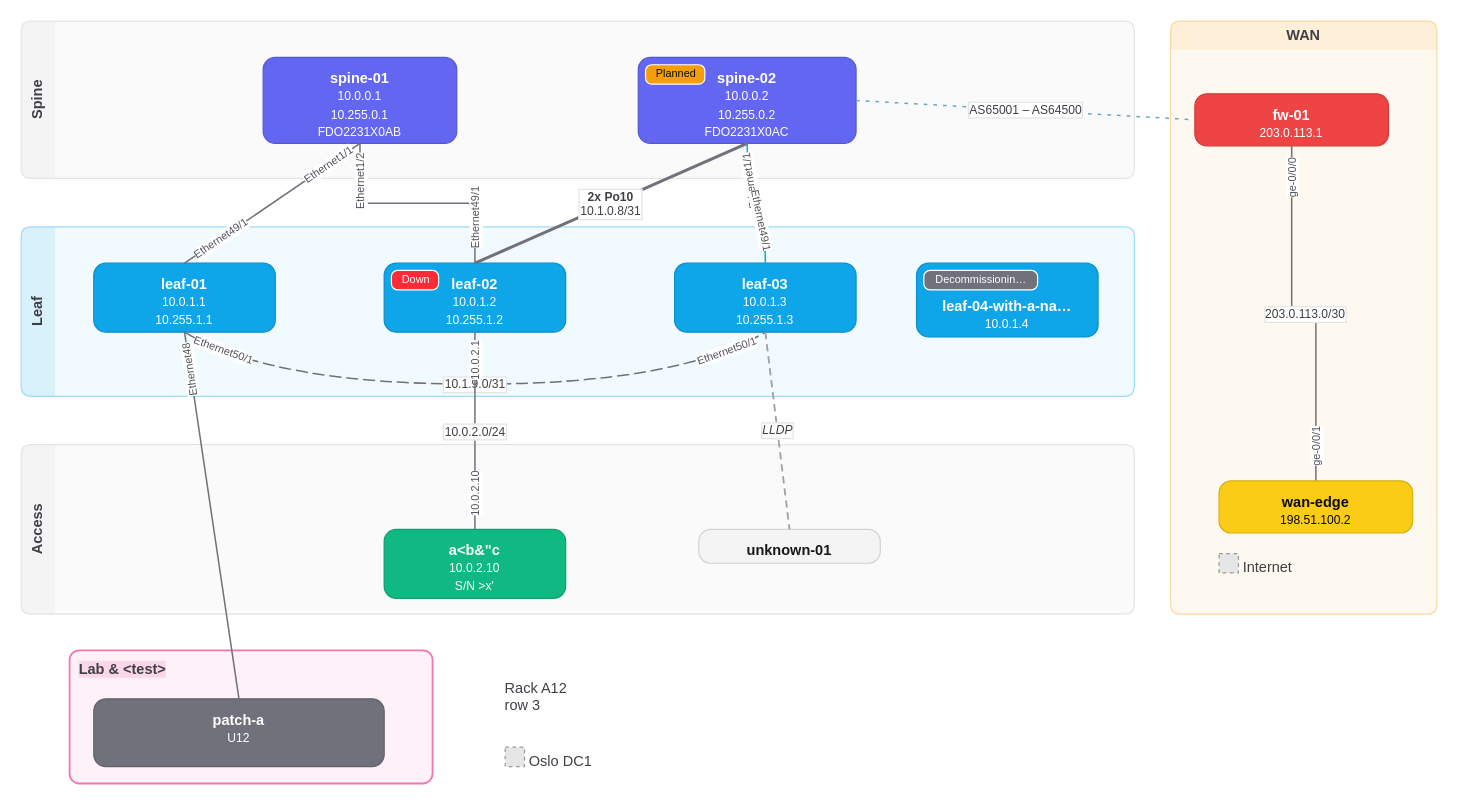
danbyte-net/danbyte keeps this draw.io diagram as frontend/src/lib/diagram/__golden__/fabric.drawio. Above is the earlier version. Source tidied: cells renumbered, new cells numbered last; positions are measured from the earlier drawing's top-left corner, leaving out a move shared by most shapes. Both pictures are drawn from the tidied source at 121%, with x=0, y=0 at pixel (21, 21). Pictures stored in the file or linked from it are replaced by grey dashed boxes.
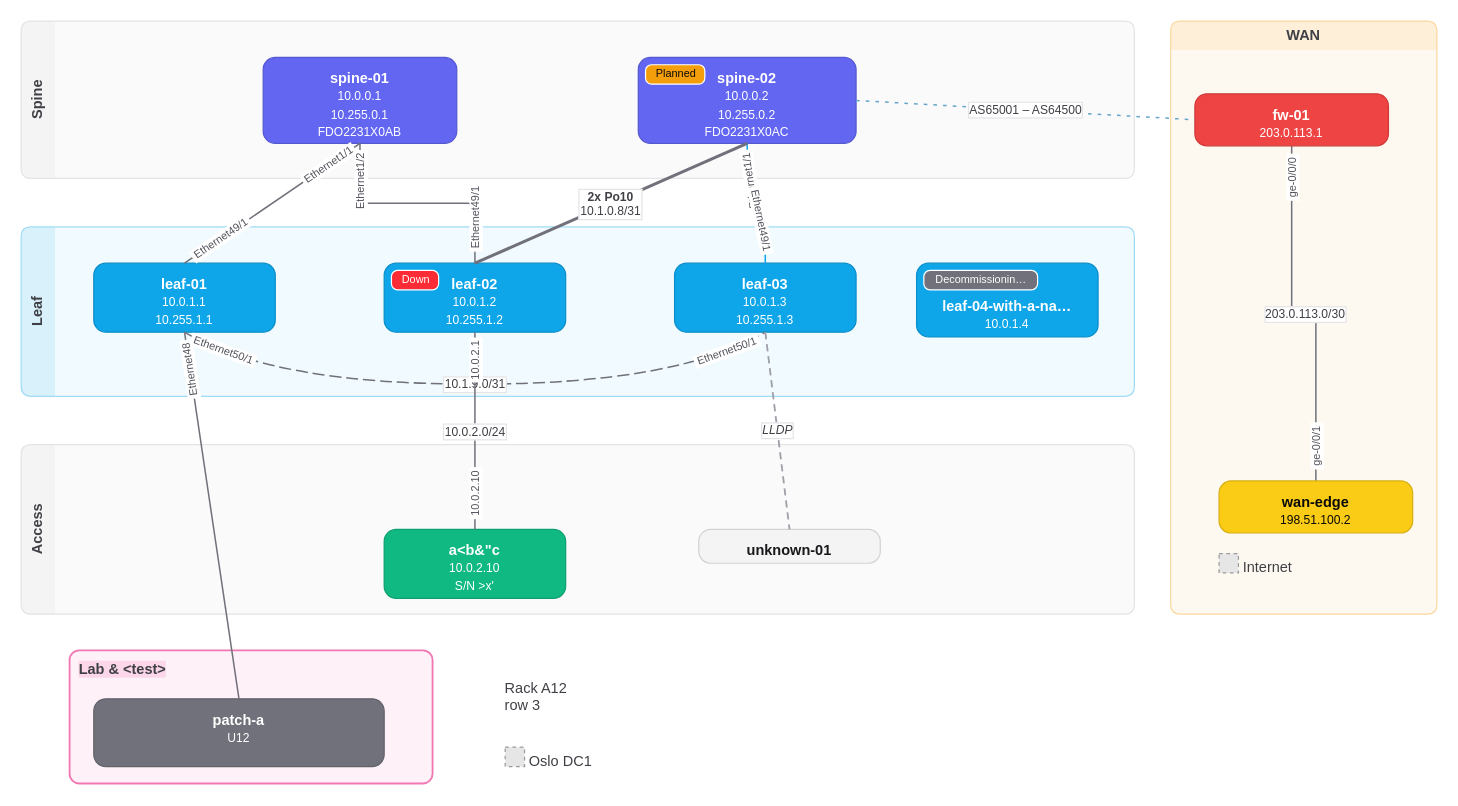
The same page after the edit.

The change refers to these unchanged cells:
```xml
<mxCell id="19" style="edgeStyle=none;rounded=0;html=1;endArrow=none;startArrow=none;strokeColor=#71717b;strokeWidth=1.25;exitX=0.5;exitY=1;exitPerimeter=0;entryX=0.5;entryY=0;entryPerimeter=0;fontFamily=Helvetica;fontSize=10;fontColor=#3f3f46;labelBackgroundColor=#ffffff;labelBorderColor=#e4e4e7;" parent="1" edge="1" source="4" target="8">
  <mxGeometry relative="1" as="geometry" />
</mxCell>
<mxCell id="22" style="edgeStyle=orthogonalEdgeStyle;rounded=1;arcSize=12;html=1;endArrow=none;startArrow=none;strokeColor=#71717b;strokeWidth=1.25;exitX=0.5;exitY=1;exitPerimeter=0;entryX=0.5;entryY=0;entryPerimeter=0;fontFamily=Helvetica;fontSize=10;fontColor=#3f3f46;labelBackgroundColor=#ffffff;labelBorderColor=#e4e4e7;" parent="1" edge="1" source="4" target="9">
  <mxGeometry relative="1" as="geometry">
    <Array as="points">
      <mxPoint x="280" y="150.5" />
      <mxPoint x="375" y="150.5" />
    </Array>
  </mxGeometry>
</mxCell>
<mxCell id="25" style="edgeStyle=none;curved=1;rounded=0;html=1;endArrow=none;startArrow=none;strokeColor=#0ea5e9;strokeWidth=1.25;exitX=0.5;exitY=1;exitPerimeter=0;entryX=0.5;entryY=0;entryPerimeter=0;fontFamily=Helvetica;fontSize=10;fontColor=#3f3f46;labelBackgroundColor=#ffffff;labelBorderColor=#e4e4e7;" parent="1" edge="1" source="5" target="11">
  <mxGeometry relative="1" as="geometry">
    <Array as="points">
      <mxPoint x="600" y="141.1" />
      <mxPoint x="615" y="159.9" />
    </Array>
  </mxGeometry>
</mxCell>
<mxCell id="29" value="10.1.9.0/31" style="edgeStyle=none;curved=1;rounded=0;html=1;endArrow=none;startArrow=none;strokeColor=#71717b;strokeWidth=1.25;dashed=1;fixDash=1;dashPattern=10 4;exitX=0.5;exitY=1;exitPerimeter=0;entryX=0.5;entryY=1;entryPerimeter=0;fontFamily=Helvetica;fontSize=10;fontColor=#3f3f46;labelBackgroundColor=#ffffff;labelBorderColor=#e4e4e7;" parent="1" edge="1" source="8" target="11">
  <mxGeometry relative="1" as="geometry">
    <Array as="points">
      <mxPoint x="207" y="300" />
      <mxPoint x="543" y="300" />
    </Array>
  </mxGeometry>
</mxCell>
<mxCell id="32" value="10.0.2.0/24" style="edgeStyle=none;rounded=0;html=1;endArrow=none;startArrow=none;strokeColor=#71717b;strokeWidth=1.25;exitX=0.5;exitY=1;exitPerimeter=0;entryX=0.5;entryY=0;entryPerimeter=0;fontFamily=Helvetica;fontSize=10;fontColor=#3f3f46;labelBackgroundColor=#ffffff;labelBorderColor=#e4e4e7;" parent="1" edge="1" source="9" target="15">
  <mxGeometry relative="1" as="geometry" />
</mxCell>
<mxCell id="35" value="203.0.113.0/30" style="edgeStyle=orthogonalEdgeStyle;rounded=1;arcSize=12;html=1;endArrow=none;startArrow=none;strokeColor=#71717b;strokeWidth=1.25;exitX=0.5;exitY=1;exitPerimeter=0;entryX=0.5;entryY=0;entryPerimeter=0;fontFamily=Helvetica;fontSize=10;fontColor=#3f3f46;labelBackgroundColor=#ffffff;labelBorderColor=#e4e4e7;" parent="1" edge="1" source="40" target="41">
  <mxGeometry relative="1" as="geometry">
    <Array as="points">
      <mxPoint x="1050" y="241.5" />
      <mxPoint x="1070" y="241.5" />
    </Array>
  </mxGeometry>
</mxCell>
<mxCell id="38" style="edgeStyle=none;rounded=0;html=1;endArrow=none;startArrow=none;strokeColor=#71717b;strokeWidth=1.25;exitX=0.5;exitY=0;exitPerimeter=0;entryX=0.5;entryY=1;entryPerimeter=0;fontFamily=Helvetica;fontSize=10;fontColor=#3f3f46;labelBackgroundColor=#ffffff;labelBorderColor=#e4e4e7;" parent="1" edge="1" source="18" target="8">
  <mxGeometry relative="1" as="geometry" />
</mxCell>
```

Diff of the diagram source:
```diff
@@
-    <mxCell id="20" value="Ethernet1/1" style="edgeLabel;html=1;align=center;verticalAlign=middle;fontFamily=Helvetica;fontSize=9;fontColor=#52525c;labelBackgroundColor=#ffffff;rotation=325.68;" parent="19" vertex="1">
+    <mxCell id="20" value="&amp;nbsp;Ethernet1/1&amp;nbsp;" style="edgeLabel;html=1;align=center;verticalAlign=middle;fontFamily=Helvetica;fontSize=9;fontColor=#52525c;labelBackgroundColor=#ffffff;rotation=325.68;" parent="19" vertex="1">
       <mxGeometry x="-0.63" relative="1" as="geometry" />
     </mxCell>
-    <mxCell id="21" value="Ethernet49/1" style="edgeLabel;html=1;align=center;verticalAlign=middle;fontFamily=Helvetica;fontSize=9;fontColor=#52525c;labelBackgroundColor=#ffffff;rotation=325.68;" parent="19" vertex="1">
+    <mxCell id="21" value="&amp;nbsp;Ethernet49/1&amp;nbsp;" style="edgeLabel;html=1;align=center;verticalAlign=middle;fontFamily=Helvetica;fontSize=9;fontColor=#52525c;labelBackgroundColor=#ffffff;rotation=325.68;" parent="19" vertex="1">
       <mxGeometry x="0.59" relative="1" as="geometry" />
     </mxCell>
@@
-    <mxCell id="23" value="Ethernet1/2" style="edgeLabel;html=1;align=center;verticalAlign=middle;fontFamily=Helvetica;fontSize=9;fontColor=#52525c;labelBackgroundColor=#ffffff;rotation=270;" parent="22" vertex="1">
+    <mxCell id="23" value="&amp;nbsp;Ethernet1/2&amp;nbsp;" style="edgeLabel;html=1;align=center;verticalAlign=middle;fontFamily=Helvetica;fontSize=9;fontColor=#52525c;labelBackgroundColor=#ffffff;rotation=270;" parent="22" vertex="1">
       <mxGeometry x="-0.66" relative="1" as="geometry" />
     </mxCell>
-    <mxCell id="24" value="Ethernet49/1" style="edgeLabel;html=1;align=center;verticalAlign=middle;fontFamily=Helvetica;fontSize=9;fontColor=#52525c;labelBackgroundColor=#ffffff;rotation=270;" parent="22" vertex="1">
+    <mxCell id="24" value="&amp;nbsp;Ethernet49/1&amp;nbsp;" style="edgeLabel;html=1;align=center;verticalAlign=middle;fontFamily=Helvetica;fontSize=9;fontColor=#52525c;labelBackgroundColor=#ffffff;rotation=270;" parent="22" vertex="1">
       <mxGeometry x="0.63" relative="1" as="geometry" />
     </mxCell>
@@
-    <mxCell id="26" value="Ethernet1/1" style="edgeLabel;html=1;align=center;verticalAlign=middle;fontFamily=Helvetica;fontSize=9;fontColor=#52525c;labelBackgroundColor=#ffffff;rotation=262.21;" parent="25" vertex="1">
+    <mxCell id="26" value="&amp;nbsp;Ethernet1/1&amp;nbsp;" style="edgeLabel;html=1;align=center;verticalAlign=middle;fontFamily=Helvetica;fontSize=9;fontColor=#52525c;labelBackgroundColor=#ffffff;rotation=262.21;" parent="25" vertex="1">
       <mxGeometry x="-0.38" relative="1" as="geometry">
         <mxPoint x="1.8" y="0.1" as="offset" />
       </mxGeometry>
     </mxCell>
-    <mxCell id="27" value="Ethernet49/1" style="edgeLabel;html=1;align=center;verticalAlign=middle;fontFamily=Helvetica;fontSize=9;fontColor=#52525c;labelBackgroundColor=#ffffff;rotation=78.5;" parent="25" vertex="1">
+    <mxCell id="27" value="&amp;nbsp;Ethernet49/1&amp;nbsp;" style="edgeLabel;html=1;align=center;verticalAlign=middle;fontFamily=Helvetica;fontSize=9;fontColor=#52525c;labelBackgroundColor=#ffffff;rotation=78.5;" parent="25" vertex="1">
       <mxGeometry x="0.31" relative="1" as="geometry">
         <mxPoint x="-2.5" y="0.3" as="offset" />
       </mxGeometry>
     </mxCell>
@@
-    <mxCell id="30" value="Ethernet50/1" style="edgeLabel;html=1;align=center;verticalAlign=middle;fontFamily=Helvetica;fontSize=9;fontColor=#52525c;labelBackgroundColor=#ffffff;rotation=19.86;" parent="29" vertex="1">
+    <mxCell id="30" value="&amp;nbsp;Ethernet50/1&amp;nbsp;" style="edgeLabel;html=1;align=center;verticalAlign=middle;fontFamily=Helvetica;fontSize=9;fontColor=#52525c;labelBackgroundColor=#ffffff;rotation=19.86;" parent="29" vertex="1">
       <mxGeometry x="-0.86" relative="1" as="geometry">
         <mxPoint x="1.5" y="-3.1" as="offset" />
       </mxGeometry>
     </mxCell>
-    <mxCell id="31" value="Ethernet50/1" style="edgeLabel;html=1;align=center;verticalAlign=middle;fontFamily=Helvetica;fontSize=9;fontColor=#52525c;labelBackgroundColor=#ffffff;rotation=340.14;" parent="29" vertex="1">
+    <mxCell id="31" value="&amp;nbsp;Ethernet50/1&amp;nbsp;" style="edgeLabel;html=1;align=center;verticalAlign=middle;fontFamily=Helvetica;fontSize=9;fontColor=#52525c;labelBackgroundColor=#ffffff;rotation=340.14;" parent="29" vertex="1">
       <mxGeometry x="0.86" relative="1" as="geometry">
         <mxPoint x="-1.7" y="-3" as="offset" />
       </mxGeometry>
     </mxCell>
@@
-    <mxCell id="33" value="10.0.2.1" style="edgeLabel;html=1;align=center;verticalAlign=middle;fontFamily=Helvetica;fontSize=9;fontColor=#52525c;labelBackgroundColor=#ffffff;rotation=270;" parent="32" vertex="1">
+    <mxCell id="33" value="&amp;nbsp;10.0.2.1&amp;nbsp;" style="edgeLabel;html=1;align=center;verticalAlign=middle;fontFamily=Helvetica;fontSize=9;fontColor=#52525c;labelBackgroundColor=#ffffff;rotation=270;" parent="32" vertex="1">
       <mxGeometry x="-0.69" relative="1" as="geometry" />
     </mxCell>
-    <mxCell id="34" value="10.0.2.10" style="edgeLabel;html=1;align=center;verticalAlign=middle;fontFamily=Helvetica;fontSize=9;fontColor=#52525c;labelBackgroundColor=#ffffff;rotation=270;" parent="32" vertex="1">
+    <mxCell id="34" value="&amp;nbsp;10.0.2.10&amp;nbsp;" style="edgeLabel;html=1;align=center;verticalAlign=middle;fontFamily=Helvetica;fontSize=9;fontColor=#52525c;labelBackgroundColor=#ffffff;rotation=270;" parent="32" vertex="1">
       <mxGeometry x="0.66" relative="1" as="geometry" />
     </mxCell>
@@
-    <mxCell id="36" value="ge-0/0/0" style="edgeLabel;html=1;align=center;verticalAlign=middle;fontFamily=Helvetica;fontSize=9;fontColor=#52525c;labelBackgroundColor=#ffffff;rotation=270;" parent="35" vertex="1">
+    <mxCell id="36" value="&amp;nbsp;ge-0/0/0&amp;nbsp;" style="edgeLabel;html=1;align=center;verticalAlign=middle;fontFamily=Helvetica;fontSize=9;fontColor=#52525c;labelBackgroundColor=#ffffff;rotation=270;" parent="35" vertex="1">
       <mxGeometry x="-0.81" relative="1" as="geometry" />
     </mxCell>
-    <mxCell id="37" value="ge-0/0/1" style="edgeLabel;html=1;align=center;verticalAlign=middle;fontFamily=Helvetica;fontSize=9;fontColor=#52525c;labelBackgroundColor=#ffffff;rotation=270;" parent="35" vertex="1">
+    <mxCell id="37" value="&amp;nbsp;ge-0/0/1&amp;nbsp;" style="edgeLabel;html=1;align=center;verticalAlign=middle;fontFamily=Helvetica;fontSize=9;fontColor=#52525c;labelBackgroundColor=#ffffff;rotation=270;" parent="35" vertex="1">
       <mxGeometry x="0.82" relative="1" as="geometry" />
     </mxCell>
@@
-    <mxCell id="39" value="Ethernet48" style="edgeLabel;html=1;align=center;verticalAlign=middle;fontFamily=Helvetica;fontSize=9;fontColor=#52525c;labelBackgroundColor=#ffffff;rotation=261.55;" parent="38" vertex="1">
+    <mxCell id="39" value="&amp;nbsp;Ethernet48&amp;nbsp;" style="edgeLabel;html=1;align=center;verticalAlign=middle;fontFamily=Helvetica;fontSize=9;fontColor=#52525c;labelBackgroundColor=#ffffff;rotation=261.55;" parent="38" vertex="1">
       <mxGeometry x="0.79" relative="1" as="geometry" />
     </mxCell>
```
